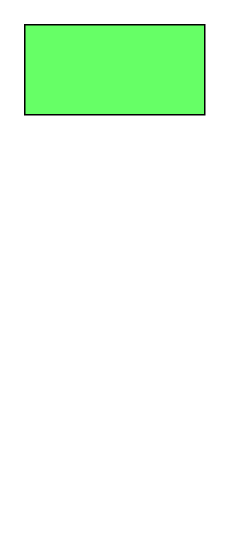
Allsum7/someChips keeps this draw.io diagram as page "第 1 页" (1 of 2) of paper/图/未命名表单.drawio. Above is the earlier version. Source tidied: cells renumbered, new cells numbered last; positions are measured from the earlier drawing's top-left corner, leaving out a move shared by most shapes. Both pictures are drawn from the tidied source at 150%, with x=0, y=0 at pixel (24, 24).
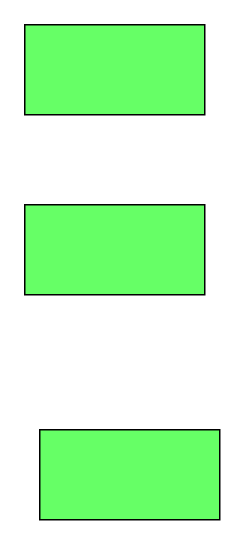
The same diagram, later.

The edit, as a diff of the source:
```diff
@@
 <mxGraphModel>
   <root>
     <mxCell id="0" />
     <mxCell id="1" parent="0" />
     <mxCell id="2" style="rounded=0;whiteSpace=wrap;html=1;fillColor=#66FF66;" parent="1" vertex="1">
       <mxGeometry width="120" height="60" as="geometry" />
     </mxCell>
+    <mxCell id="3" style="rounded=0;whiteSpace=wrap;html=1;fillColor=#66FF66;" parent="1" vertex="1">
+      <mxGeometry x="10" y="270" width="120" height="60" as="geometry" />
+    </mxCell>
+    <mxCell id="4" style="rounded=0;whiteSpace=wrap;html=1;fillColor=#66FF66;" parent="1" vertex="1">
+      <mxGeometry y="120" width="120" height="60" as="geometry" />
+    </mxCell>
   </root>
 </mxGraphModel>
```
